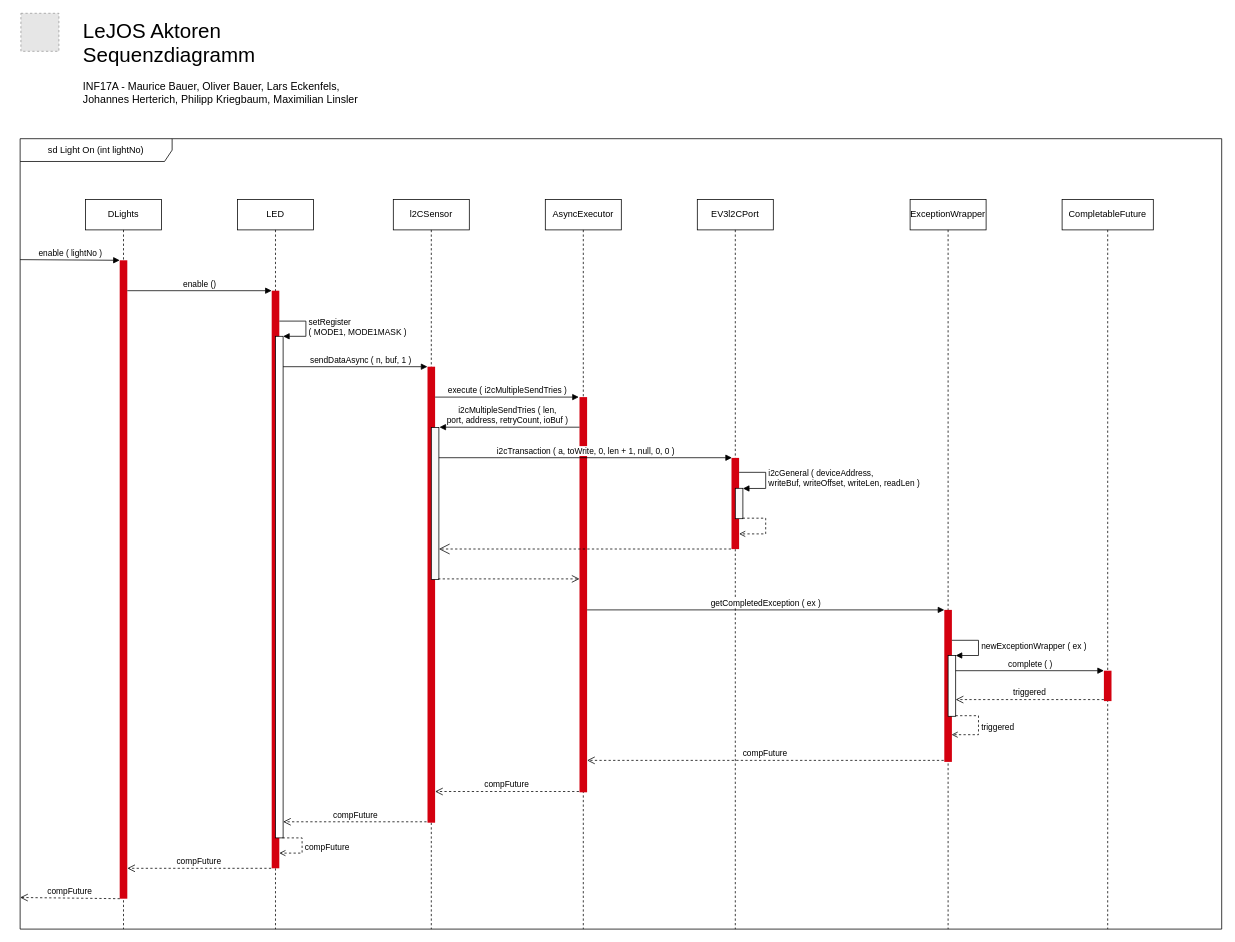
Before: diagrams/sd_Licht_an.drawio in herterjo/lejos-ev3, a draw.io diagram. Source tidied: cells renumbered, new cells numbered last; positions are measured from the earlier drawing's top-left corner, leaving out a move shared by most shapes. Both pictures are drawn from the tidied source at 76%, with x=0, y=0 at pixel (20, 13). Pictures stored in the file or linked from it are replaced by grey dashed boxes.
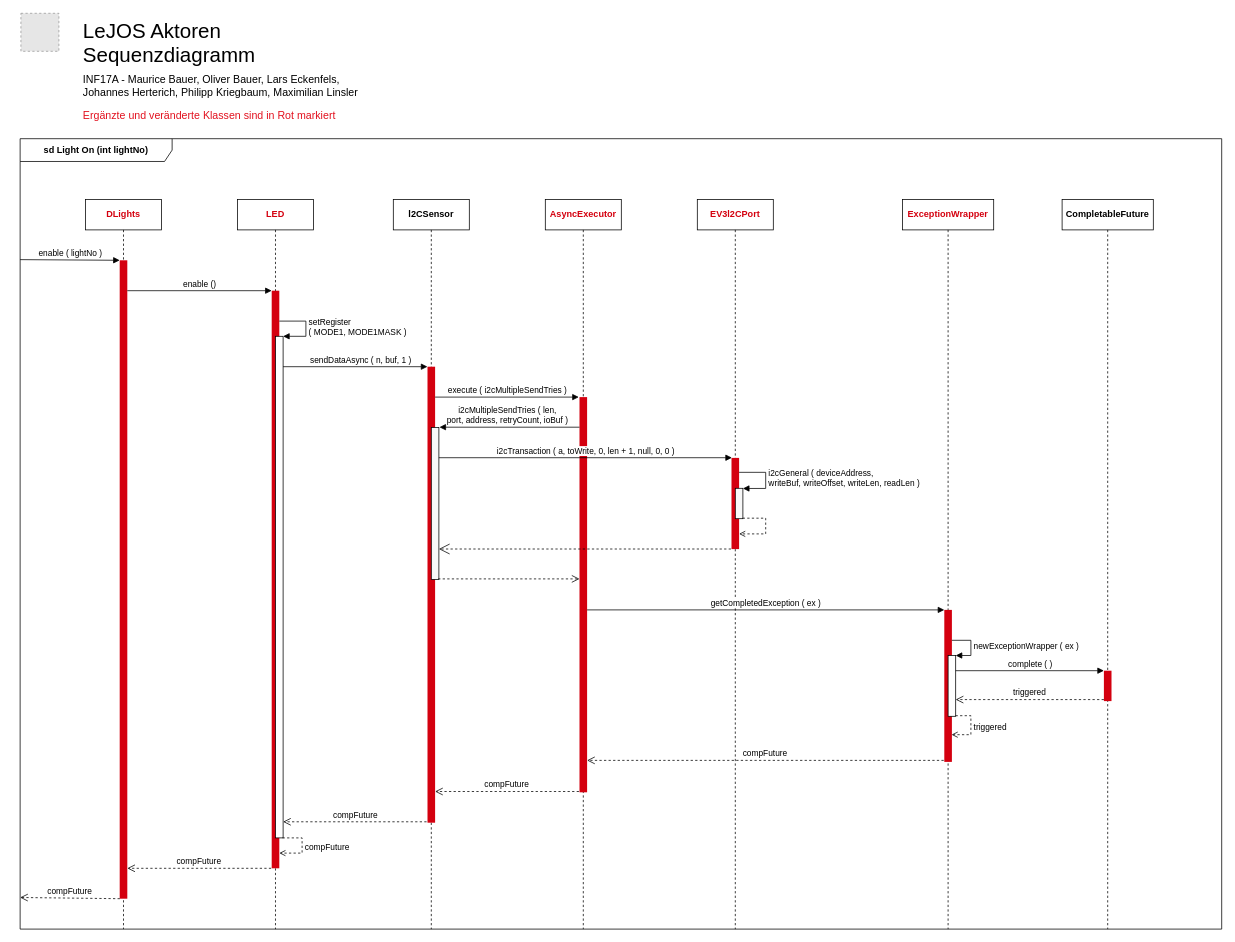
The same page after the edit.

What changed in the source:
```diff
@@
-    <mxCell id="2" style="group;" parent="1" vertex="1">
-      <mxGeometry x="1" width="720" height="115" as="geometry" />
-    </mxCell>
-    <mxCell id="3" value="LeJOS Aktoren&lt;br&gt;Sequenzdiagramm" style="text;html=1;strokeColor=none;fillColor=none;align=left;verticalAlign=top;whiteSpace=wrap;rounded=0;fontSize=27;" parent="2" vertex="1">
-      <mxGeometry x="80" y="1" width="640" height="80" as="geometry" />
-    </mxCell>
-    <mxCell id="4" style="group;" parent="2" vertex="1">
-      <mxGeometry width="520" height="115" as="geometry" />
-    </mxCell>
-    <mxCell id="5" style="fillColor=#E6E6E6;strokeColor=#999999;dashed=1;verticalLabelPosition=bottom;labelBackgroundColor=#ffffff;verticalAlign=top;" parent="4" vertex="1">
-      <mxGeometry width="50" height="50" as="geometry" />
-    </mxCell>
-    <mxCell id="6" value="INF17A - Maurice Bauer, Oliver Bauer, Lars Eckenfels,&lt;br&gt;Johannes Herterich, Philipp Kriegbaum, Maximilian Linsler" style="text;html=1;strokeColor=none;fillColor=none;align=left;verticalAlign=middle;whiteSpace=wrap;rounded=0;fontSize=14;" parent="4" vertex="1">
-      <mxGeometry x="80" y="95" width="440" height="20" as="geometry" />
-    </mxCell>
@@
-    <mxCell id="9" value="sd Light On (int lightNo)" style="shape=umlFrame;whiteSpace=wrap;html=1;width=200;height=30;" parent="1" vertex="1">
+    <mxCell id="9" value="sd Light On (int lightNo)" style="shape=umlFrame;whiteSpace=wrap;html=1;width=200;height=30;fontStyle=1;" parent="1" vertex="1">
       <mxGeometry y="165" width="1581" height="1040" as="geometry" />
     </mxCell>
-    <mxCell id="10" value="DLights" style="shape=umlLifeline;perimeter=lifelinePerimeter;whiteSpace=wrap;html=1;" parent="1" vertex="1">
+    <mxCell id="10" value="DLights" style="shape=umlLifeline;perimeter=lifelinePerimeter;whiteSpace=wrap;html=1;fontColor=#D4000F;fontStyle=1;" parent="1" vertex="1">
       <mxGeometry x="86" y="245" width="100" height="960" as="geometry" />
     </mxCell>
@@
-    <mxCell id="12" value="LED" style="shape=umlLifeline;perimeter=lifelinePerimeter;whiteSpace=wrap;html=1;" parent="1" vertex="1">
+    <mxCell id="12" value="LED" style="shape=umlLifeline;perimeter=lifelinePerimeter;whiteSpace=wrap;html=1;fontColor=#D4000F;fontStyle=1;" parent="1" vertex="1">
       <mxGeometry x="286" y="245" width="100" height="960" as="geometry" />
     </mxCell>
@@
-    <mxCell id="19" value="l2CSensor" style="shape=umlLifeline;perimeter=lifelinePerimeter;whiteSpace=wrap;html=1;fillColor=#FFFFFF;size=40;" parent="1" vertex="1">
+    <mxCell id="19" value="l2CSensor" style="shape=umlLifeline;perimeter=lifelinePerimeter;whiteSpace=wrap;html=1;fillColor=#FFFFFF;size=40;fontStyle=1;" parent="1" vertex="1">
       <mxGeometry x="491" y="245" width="100" height="960" as="geometry" />
     </mxCell>
@@
-    <mxCell id="22" value="AsyncExecutor" style="shape=umlLifeline;perimeter=lifelinePerimeter;whiteSpace=wrap;html=1;fillColor=#FFFFFF;" parent="1" vertex="1">
+    <mxCell id="22" value="AsyncExecutor" style="shape=umlLifeline;perimeter=lifelinePerimeter;whiteSpace=wrap;html=1;fillColor=#FFFFFF;fontColor=#D4000F;fontStyle=1;" parent="1" vertex="1">
       <mxGeometry x="691" y="245" width="100" height="960" as="geometry" />
     </mxCell>
@@
-    <mxCell id="28" value="EV3l2CPort" style="shape=umlLifeline;perimeter=lifelinePerimeter;whiteSpace=wrap;html=1;fillColor=#FFFFFF;" parent="1" vertex="1">
+    <mxCell id="28" value="EV3l2CPort" style="shape=umlLifeline;perimeter=lifelinePerimeter;whiteSpace=wrap;html=1;fillColor=#FFFFFF;fontColor=#D4000F;fontStyle=1;" parent="1" vertex="1">
       <mxGeometry x="891" y="245" width="100" height="960" as="geometry" />
     </mxCell>
@@
-    <mxCell id="35" value="ExceptionWrapper" style="shape=umlLifeline;perimeter=lifelinePerimeter;whiteSpace=wrap;html=1;fillColor=#FFFFFF;" parent="1" vertex="1">
-      <mxGeometry x="1171" y="245" width="100" height="960" as="geometry" />
+    <mxCell id="35" value="ExceptionWrapper" style="shape=umlLifeline;perimeter=lifelinePerimeter;whiteSpace=wrap;html=1;fillColor=#FFFFFF;fontColor=#D4000F;fontStyle=1;" parent="1" vertex="1">
+      <mxGeometry x="1161" y="245" width="120" height="960" as="geometry" />
     </mxCell>
     <mxCell id="36" style="html=1;points=[];perimeter=orthogonalPerimeter;fillColor=#D4000F;strokeColor=none;" parent="35" vertex="1">
-      <mxGeometry x="45" y="540" width="10" height="200" as="geometry" />
+      <mxGeometry x="55" y="540" width="10" height="200" as="geometry" />
     </mxCell>
     <mxCell id="37" style="html=1;points=[];perimeter=orthogonalPerimeter;" parent="35" vertex="1">
-      <mxGeometry x="50" y="600" width="10" height="80" as="geometry" />
+      <mxGeometry x="60" y="600" width="10" height="80" as="geometry" />
     </mxCell>
@@
-    <mxCell id="43" value="CompletableFuture" style="shape=umlLifeline;perimeter=lifelinePerimeter;whiteSpace=wrap;html=1;fillColor=#FFFFFF;" parent="1" vertex="1">
+    <mxCell id="43" value="CompletableFuture" style="shape=umlLifeline;perimeter=lifelinePerimeter;whiteSpace=wrap;html=1;fillColor=#FFFFFF;fontStyle=1;" parent="1" vertex="1">
       <mxGeometry x="1371" y="245" width="120" height="960" as="geometry" />
     </mxCell>
@@
+    <mxCell id="50" style="group;" parent="1" vertex="1">
+      <mxGeometry x="1" width="720" height="145" as="geometry" />
+    </mxCell>
+    <mxCell id="51" style="group;fontColor=#E2101E;" parent="50" vertex="1">
+      <mxGeometry width="520" height="115" as="geometry" />
+    </mxCell>
+    <mxCell id="52" style="fillColor=#E6E6E6;strokeColor=#999999;dashed=1;verticalLabelPosition=bottom;labelBackgroundColor=#ffffff;verticalAlign=top;fontColor=#E2101E;" parent="51" vertex="1">
+      <mxGeometry width="50" height="50" as="geometry" />
+    </mxCell>
+    <mxCell id="6" value="INF17A - Maurice Bauer, Oliver Bauer, Lars Eckenfels,&lt;br&gt;Johannes Herterich, Philipp Kriegbaum, Maximilian Linsler" style="text;html=1;strokeColor=none;fillColor=none;align=left;verticalAlign=middle;whiteSpace=wrap;rounded=0;fontSize=14;" parent="51" vertex="1">
+      <mxGeometry x="80" y="85" width="440" height="20" as="geometry" />
+    </mxCell>
+    <mxCell id="53" value="Ergänzte und veränderte Klassen sind in &lt;font&gt;Rot&lt;/font&gt; markiert" style="text;html=1;strokeColor=none;fillColor=none;align=left;verticalAlign=middle;whiteSpace=wrap;rounded=0;fontSize=14;fontColor=#E2101E;" parent="50" vertex="1">
+      <mxGeometry x="80" y="125" width="440" height="20" as="geometry" />
+    </mxCell>
+    <mxCell id="3" value="LeJOS Aktoren&lt;br&gt;Sequenzdiagramm" style="text;html=1;strokeColor=none;fillColor=none;align=left;verticalAlign=top;whiteSpace=wrap;rounded=0;fontSize=27;" parent="50" vertex="1">
+      <mxGeometry x="80" y="1" width="640" height="80" as="geometry" />
+    </mxCell>
```
